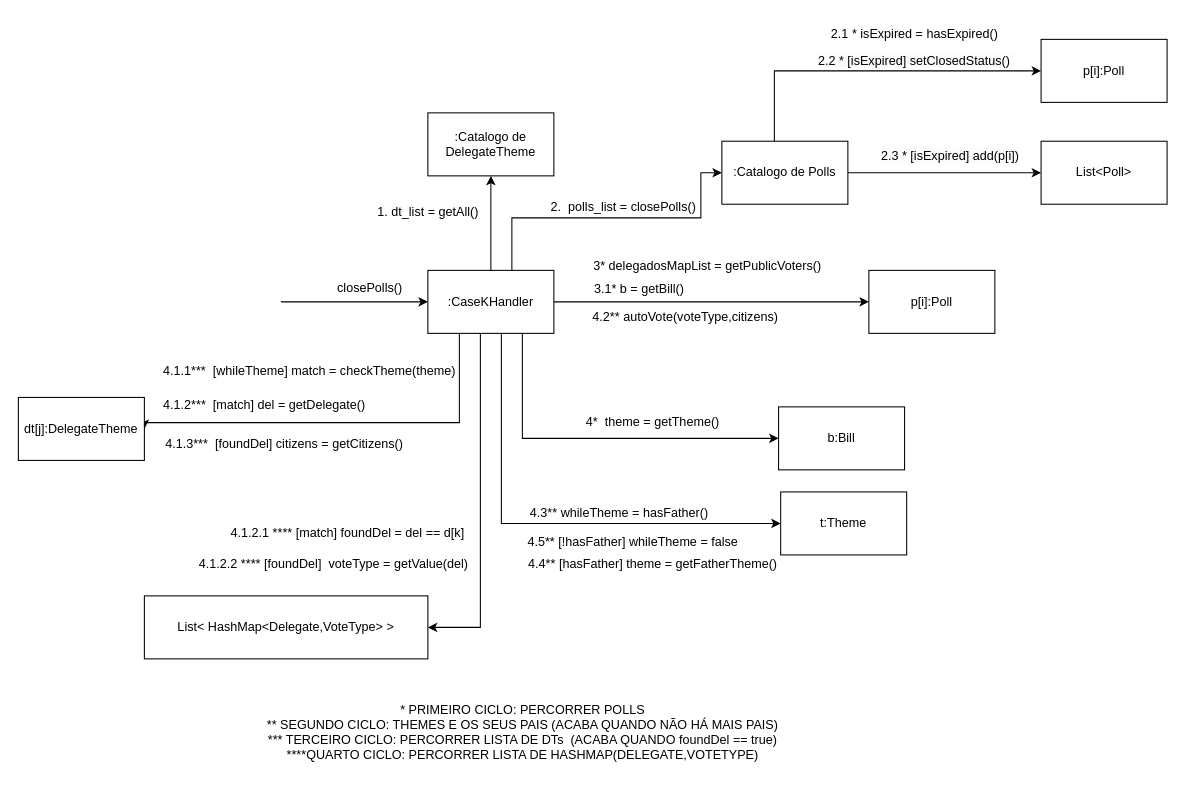
Earlier version of the draw.io diagram page "Page-8" (8 of 8) of docs/IDs.drawio (thiagottvd/democracia2). Source tidied: cells renumbered, new cells numbered last; positions are measured from the earlier drawing's top-left corner, leaving out a move shared by most shapes. Both pictures are drawn from the tidied source at 105%, with x=0, y=0 at pixel (18, 18).
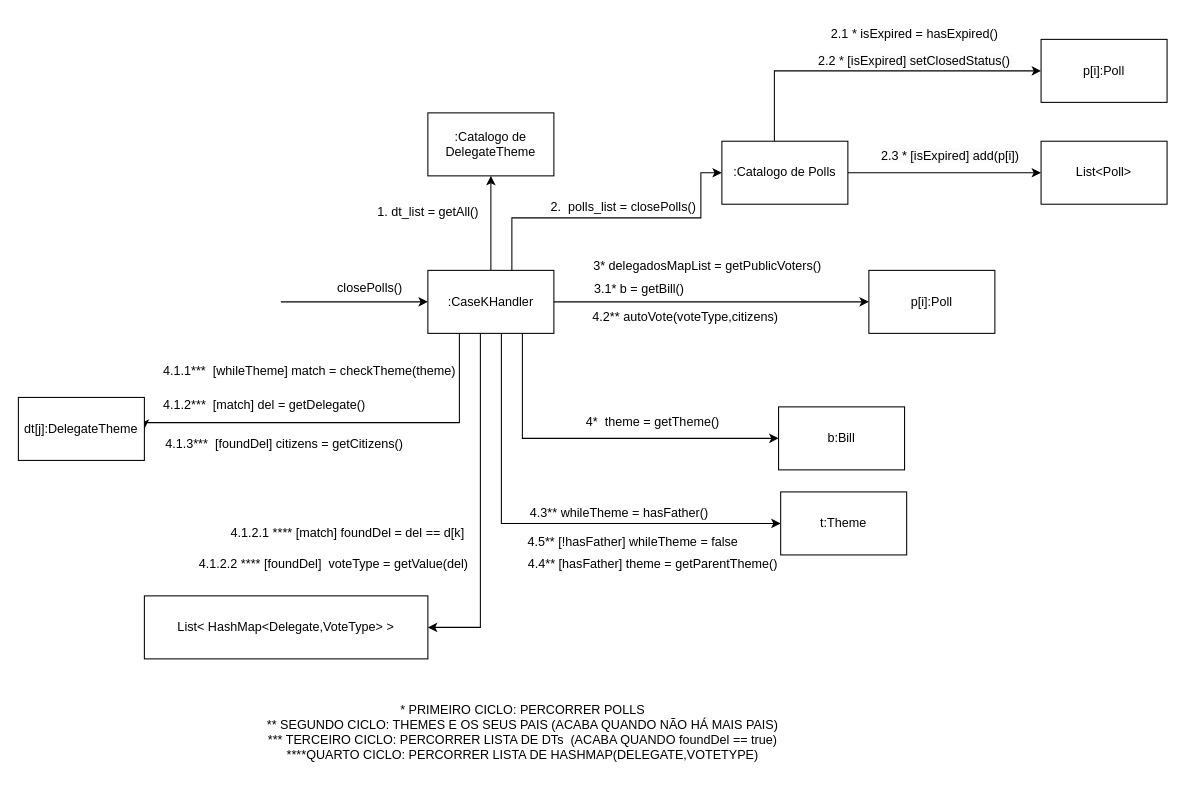
Above is the later version.

Diff of the diagram source:
```diff
@@
-    <mxCell id="38" value="4.4** [hasFather] theme = getFatherTheme()" style="text;html=1;align=center;verticalAlign=middle;strokeColor=none;fillColor=none;" parent="1" vertex="1">
+    <mxCell id="38" value="4.4** [hasFather] theme = getParentTheme()" style="text;html=1;align=center;verticalAlign=middle;strokeColor=none;fillColor=none;" parent="1" vertex="1">
       <mxGeometry x="474" y="505" width="260" height="30" as="geometry" />
     </mxCell>
```
